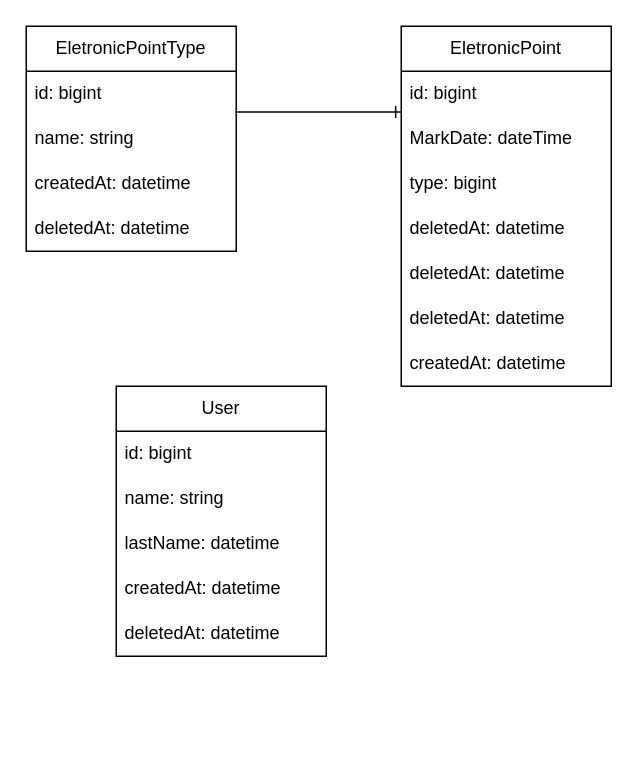
felip3fl/FL_FINANS keeps this draw.io diagram as Material/Database/database-model.drawio. Above is the earlier version. Source tidied: cells renumbered, new cells numbered last; positions are measured from the earlier drawing's top-left corner, leaving out a move shared by most shapes. Both pictures are drawn from the tidied source at 150%, with x=0, y=0 at pixel (26, 26).
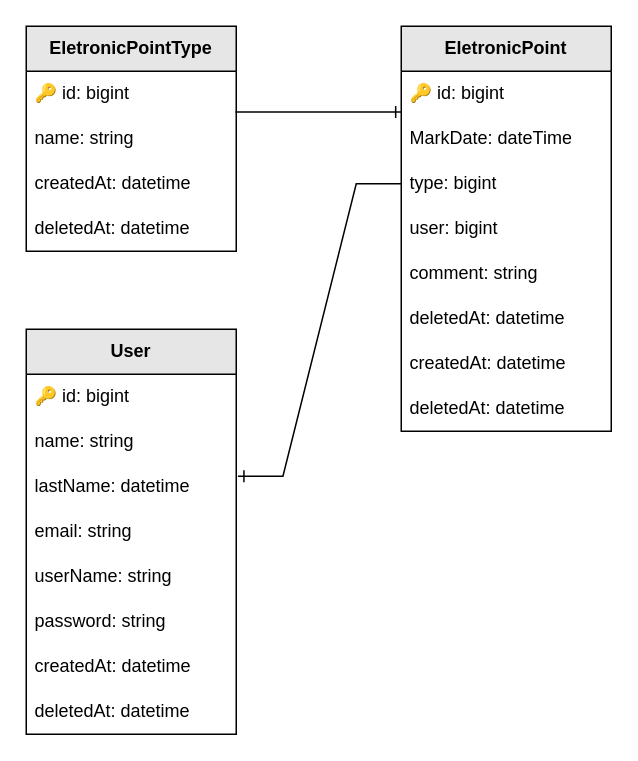
The same page after the edit.

Commit message:
Update database model

The change refers to these unchanged cells:
```xml
<mxCell id="5" value="type: bigint" style="text;strokeColor=none;fillColor=none;align=left;verticalAlign=middle;spacingLeft=4;spacingRight=4;overflow=hidden;points=[[0,0.5],[1,0.5]];portConstraint=eastwest;whiteSpace=wrap;html=1;" parent="2" vertex="1">
  <mxGeometry y="90" width="140" height="30" as="geometry" />
</mxCell>
<mxCell id="19" value="lastName: datetime" style="text;strokeColor=none;fillColor=none;align=left;verticalAlign=middle;spacingLeft=4;spacingRight=4;overflow=hidden;points=[[0,0.5],[1,0.5]];portConstraint=eastwest;whiteSpace=wrap;html=1;" parent="16" vertex="1">
  <mxGeometry y="90" width="140" height="30" as="geometry" />
</mxCell>
```

The edit, as a diff of the source:
```diff
@@
-    <mxCell id="2" value="EletronicPoint" style="swimlane;fontStyle=0;horizontal=1;startSize=30;whiteSpace=wrap;html=1;" parent="1" vertex="1">
-      <mxGeometry x="250" width="140" height="240" as="geometry" />
+    <mxCell id="2" value="&lt;b&gt;EletronicPoint&lt;/b&gt;" style="swimlane;fontStyle=0;horizontal=1;startSize=30;whiteSpace=wrap;html=1;gradientColor=none;swimlaneFillColor=default;rounded=0;swimlaneLine=1;glass=0;shadow=0;fillColor=#E6E6E6;gradientDirection=west;fillStyle=auto;strokeColor=#000000;" parent="1" vertex="1">
+      <mxGeometry x="250" width="140" height="270" as="geometry" />
     </mxCell>
-    <mxCell id="3" value="id: bigint" style="text;strokeColor=none;fillColor=none;align=left;verticalAlign=middle;spacingLeft=4;spacingRight=4;overflow=hidden;whiteSpace=wrap;html=1;" parent="2" vertex="1">
+    <mxCell id="3" value="🔑 id: bigint" style="text;strokeColor=none;fillColor=none;align=left;verticalAlign=middle;spacingLeft=4;spacingRight=4;overflow=hidden;whiteSpace=wrap;html=1;" parent="2" vertex="1">
       <mxGeometry y="30" width="140" height="30" as="geometry" />
     </mxCell>
@@
-    <mxCell id="6" value="deletedAt: datetime" style="text;strokeColor=none;fillColor=none;align=left;verticalAlign=middle;spacingLeft=4;spacingRight=4;overflow=hidden;whiteSpace=wrap;html=1;" parent="2" vertex="1">
+    <mxCell id="6" value="user: bigint" style="text;strokeColor=none;fillColor=none;align=left;verticalAlign=middle;spacingLeft=4;spacingRight=4;overflow=hidden;whiteSpace=wrap;html=1;" parent="2" vertex="1">
       <mxGeometry y="120" width="140" height="30" as="geometry" />
     </mxCell>
+    <mxCell id="22" value="comment: string" style="text;strokeColor=none;fillColor=none;align=left;verticalAlign=middle;spacingLeft=4;spacingRight=4;overflow=hidden;whiteSpace=wrap;html=1;" parent="2" vertex="1">
+      <mxGeometry y="150" width="140" height="30" as="geometry" />
+    </mxCell>
     <mxCell id="7" value="deletedAt: datetime" style="text;strokeColor=none;fillColor=none;align=left;verticalAlign=middle;spacingLeft=4;spacingRight=4;overflow=hidden;whiteSpace=wrap;html=1;" parent="2" vertex="1">
-      <mxGeometry y="150" width="140" height="30" as="geometry" />
+      <mxGeometry y="180" width="140" height="30" as="geometry" />
     </mxCell>
+    <mxCell id="9" value="createdAt: datetime" style="text;strokeColor=none;fillColor=none;align=left;verticalAlign=middle;spacingLeft=4;spacingRight=4;overflow=hidden;whiteSpace=wrap;html=1;" parent="2" vertex="1">
+      <mxGeometry y="210" width="140" height="30" as="geometry" />
+    </mxCell>
     <mxCell id="8" value="deletedAt: datetime" style="text;strokeColor=none;fillColor=none;align=left;verticalAlign=middle;spacingLeft=4;spacingRight=4;overflow=hidden;whiteSpace=wrap;html=1;" parent="2" vertex="1">
-      <mxGeometry y="180" width="140" height="30" as="geometry" />
+      <mxGeometry y="240" width="140" height="30" as="geometry" />
     </mxCell>
-    <mxCell id="9" value="createdAt: datetime" style="text;strokeColor=none;fillColor=none;align=left;verticalAlign=middle;spacingLeft=4;spacingRight=4;overflow=hidden;whiteSpace=wrap;html=1;" parent="2" vertex="1">
-      <mxGeometry y="210" width="140" height="30" as="geometry" />
-    </mxCell>
-    <mxCell id="10" value="EletronicPointType" style="swimlane;fontStyle=0;horizontal=1;startSize=30;whiteSpace=wrap;html=1;" parent="1" vertex="1">
+    <mxCell id="10" value="&lt;b&gt;EletronicPointType&lt;/b&gt;" style="swimlane;fontStyle=0;horizontal=1;startSize=30;whiteSpace=wrap;html=1;gradientColor=none;gradientDirection=west;swimlaneFillColor=default;rounded=0;swimlaneLine=1;glass=0;shadow=0;fillColor=#E6E6E6;fillStyle=auto;strokeColor=#000000;" parent="1" vertex="1">
       <mxGeometry width="140" height="150" as="geometry" />
     </mxCell>
-    <mxCell id="11" value="id: bigint" style="text;strokeColor=none;fillColor=none;align=left;verticalAlign=middle;spacingLeft=4;spacingRight=4;overflow=hidden;whiteSpace=wrap;html=1;" parent="10" vertex="1">
+    <mxCell id="11" value="🔑 id: bigint" style="text;strokeColor=none;fillColor=none;align=left;verticalAlign=middle;spacingLeft=4;spacingRight=4;overflow=hidden;whiteSpace=wrap;html=1;" parent="10" vertex="1">
       <mxGeometry y="30" width="140" height="30" as="geometry" />
     </mxCell>
@@
-    <mxCell id="16" value="User" style="swimlane;fontStyle=0;horizontal=1;startSize=30;whiteSpace=wrap;html=1;" parent="1" vertex="1">
-      <mxGeometry x="60" y="240" width="140" height="180" as="geometry" />
+    <mxCell id="16" value="&lt;b&gt;User&lt;/b&gt;" style="swimlane;fontStyle=0;horizontal=1;startSize=30;whiteSpace=wrap;html=1;gradientColor=none;swimlaneFillColor=default;rounded=0;swimlaneLine=1;glass=0;shadow=0;fillColor=#E6E6E6;gradientDirection=west;fillStyle=auto;strokeColor=#000000;" parent="1" vertex="1">
+      <mxGeometry y="202" width="140" height="270" as="geometry" />
     </mxCell>
-    <mxCell id="17" value="id: bigint" style="text;strokeColor=none;fillColor=none;align=left;verticalAlign=middle;spacingLeft=4;spacingRight=4;overflow=hidden;whiteSpace=wrap;html=1;" parent="16" vertex="1">
+    <mxCell id="17" value="🔑 id: bigint" style="text;strokeColor=none;fillColor=none;align=left;verticalAlign=middle;spacingLeft=4;spacingRight=4;overflow=hidden;whiteSpace=wrap;html=1;" parent="16" vertex="1">
       <mxGeometry y="30" width="140" height="30" as="geometry" />
     </mxCell>
@@
+    <mxCell id="23" value="email: string" style="text;strokeColor=none;fillColor=none;align=left;verticalAlign=middle;spacingLeft=4;spacingRight=4;overflow=hidden;whiteSpace=wrap;html=1;" parent="16" vertex="1">
+      <mxGeometry y="120" width="140" height="30" as="geometry" />
+    </mxCell>
+    <mxCell id="24" value="userName: string" style="text;strokeColor=none;fillColor=none;align=left;verticalAlign=middle;spacingLeft=4;spacingRight=4;overflow=hidden;whiteSpace=wrap;html=1;" parent="16" vertex="1">
+      <mxGeometry y="150" width="140" height="30" as="geometry" />
+    </mxCell>
+    <mxCell id="25" value="password: string" style="text;strokeColor=none;fillColor=none;align=left;verticalAlign=middle;spacingLeft=4;spacingRight=4;overflow=hidden;whiteSpace=wrap;html=1;" parent="16" vertex="1">
+      <mxGeometry y="180" width="140" height="30" as="geometry" />
+    </mxCell>
     <mxCell id="20" value="createdAt: datetime" style="text;strokeColor=none;fillColor=none;align=left;verticalAlign=middle;spacingLeft=4;spacingRight=4;overflow=hidden;whiteSpace=wrap;html=1;" parent="16" vertex="1">
-      <mxGeometry y="120" width="140" height="30" as="geometry" />
+      <mxGeometry y="210" width="140" height="30" as="geometry" />
     </mxCell>
     <mxCell id="21" value="deletedAt: datetime" style="text;strokeColor=none;fillColor=none;align=left;verticalAlign=middle;spacingLeft=4;spacingRight=4;overflow=hidden;whiteSpace=wrap;html=1;" parent="16" vertex="1">
-      <mxGeometry y="150" width="140" height="30" as="geometry" />
+      <mxGeometry y="240" width="140" height="30" as="geometry" />
     </mxCell>
+    <mxCell id="26" style="edgeStyle=entityRelationEdgeStyle;fontSize=12;html=1;endArrow=ERone;endFill=1;rounded=0;entryX=1.008;entryY=0.267;entryDx=0;entryDy=0;entryPerimeter=0;exitX=0;exitY=0.5;exitDx=0;exitDy=0;" parent="1" edge="1" source="5" target="19">
+      <mxGeometry relative="1" as="geometry" />
+    </mxCell>
```
